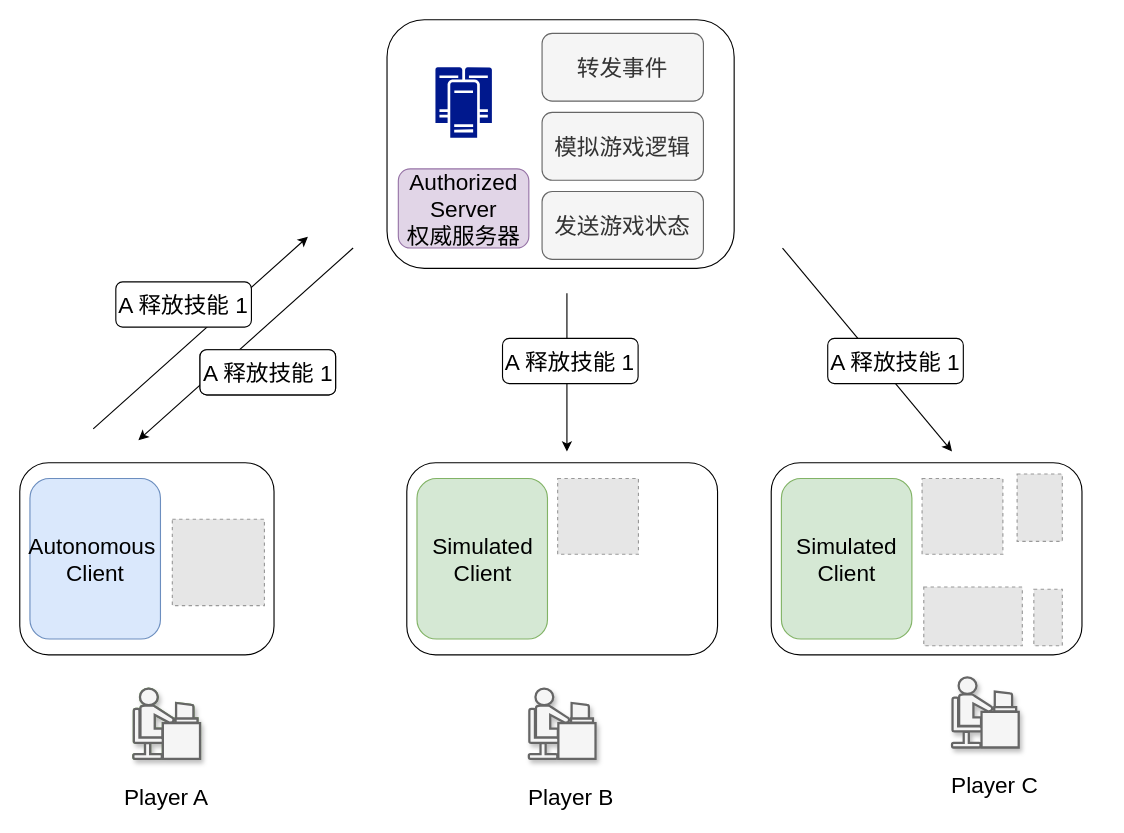
Above: page "第 24 页 的副本 的副本" (27 of 34) of booming/Booming ypwangv4.0 104ppt-17.drawio in yrdimple/flowChart (draw.io), before the change. Source tidied: cells renumbered, new cells numbered last; positions are measured from the earlier drawing's top-left corner, leaving out a move shared by most shapes. Both pictures are drawn from the tidied source at 113%, with x=0, y=0 at pixel (19, 19). Pictures stored in the file or linked from it are replaced by grey dashed boxes.
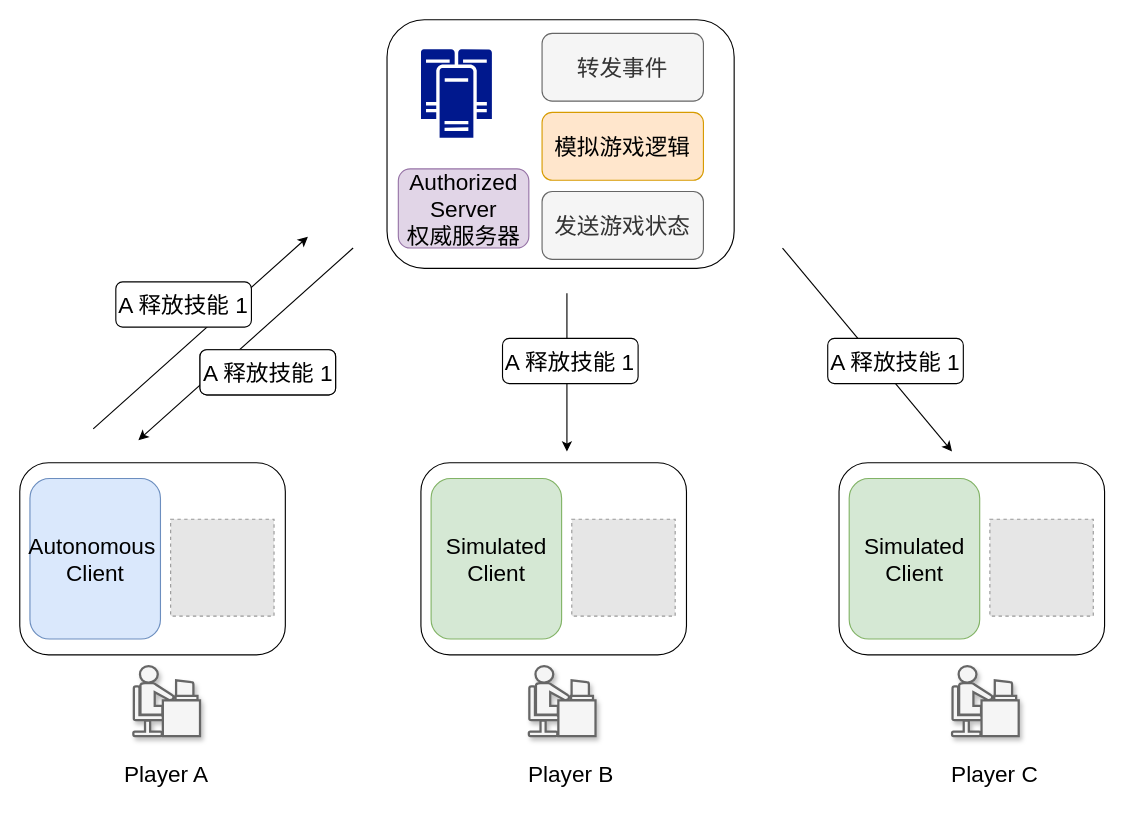
Above is the later version.

What changed in the source:
```diff
@@
-    <mxCell id="3" value="模拟游戏逻辑" style="rounded=1;whiteSpace=wrap;html=1;fontSize=20;fillColor=#f5f5f5;fontColor=#333333;strokeColor=#666666;" parent="1" vertex="1">
+    <mxCell id="3" value="模拟游戏逻辑" style="rounded=1;whiteSpace=wrap;html=1;fontSize=20;fillColor=#ffe6cc;strokeColor=#d79b00;" parent="1" vertex="1">
       <mxGeometry x="462.2" y="82" width="142.8" height="60" as="geometry" />
     </mxCell>
-    <mxCell id="4" style="shape=mxgraph.cisco.people.androgenous_person;html=1;dashed=0;fillColor=#d5e8d4;strokeColor=#82b366;strokeWidth=2;verticalLabelPosition=bottom;verticalAlign=top;align=center;fontSize=15;" parent="1" vertex="1">
-      <mxGeometry x="100.5" y="592" width="59" height="62" as="geometry" />
-    </mxCell>
     <mxCell id="5" style="shape=mxgraph.cisco.people.androgenous_person;html=1;dashed=0;fillColor=#f5f5f5;strokeColor=#666666;strokeWidth=2;verticalLabelPosition=bottom;verticalAlign=top;align=center;fontSize=15;fontColor=#333333;shadow=1;" parent="1" vertex="1">
-      <mxGeometry x="100.5" y="592" width="59" height="62" as="geometry" />
+      <mxGeometry x="100.5" y="572" width="59" height="62" as="geometry" />
     </mxCell>
     <mxCell id="6" style="shape=mxgraph.cisco.people.androgenous_person;html=1;dashed=0;fillColor=#f5f5f5;strokeColor=#666666;strokeWidth=2;verticalLabelPosition=bottom;verticalAlign=top;align=center;fontSize=15;fontColor=#333333;shadow=1;" parent="1" vertex="1">
-      <mxGeometry x="450.5" y="592" width="59" height="62" as="geometry" />
+      <mxGeometry x="450.5" y="572" width="59" height="62" as="geometry" />
     </mxCell>
     <mxCell id="7" style="shape=mxgraph.cisco.people.androgenous_person;html=1;dashed=0;fillColor=#f5f5f5;strokeColor=#666666;strokeWidth=2;verticalLabelPosition=bottom;verticalAlign=top;align=center;fontSize=15;fontColor=#333333;sketch=0;shadow=1;" parent="1" vertex="1">
-      <mxGeometry x="825" y="582" width="59" height="62" as="geometry" />
+      <mxGeometry x="825" y="572" width="59" height="62" as="geometry" />
     </mxCell>
-    <mxCell id="8" style="sketch=0;shadow=0;dashed=0;html=1;strokeColor=none;labelPosition=center;verticalLabelPosition=bottom;verticalAlign=top;align=center;fillColor=#00188D;shape=mxgraph.mscae.enterprise.cluster_server;rounded=0;fontSize=20;" parent="1" vertex="1">
-      <mxGeometry x="367.8" y="42" width="50" height="62.5" as="geometry" />
-    </mxCell>
@@
     <mxCell id="17" value="Player A" style="text;html=1;strokeColor=none;fillColor=none;align=center;verticalAlign=middle;whiteSpace=wrap;rounded=0;fontSize=20;" parent="1" vertex="1">
-      <mxGeometry x="82.2" y="672" width="95.5" height="30" as="geometry" />
+      <mxGeometry x="82.2" y="652" width="95.5" height="30" as="geometry" />
     </mxCell>
     <mxCell id="18" value="Player B" style="text;html=1;strokeColor=none;fillColor=none;align=center;verticalAlign=middle;whiteSpace=wrap;rounded=0;fontSize=20;" parent="1" vertex="1">
-      <mxGeometry x="439.5" y="672" width="95.5" height="30" as="geometry" />
+      <mxGeometry x="439.5" y="652" width="95.5" height="30" as="geometry" />
     </mxCell>
     <mxCell id="19" value="Player C" style="text;html=1;strokeColor=none;fillColor=none;align=center;verticalAlign=middle;whiteSpace=wrap;rounded=0;fontSize=20;" parent="1" vertex="1">
-      <mxGeometry x="815" y="662" width="95.5" height="30" as="geometry" />
+      <mxGeometry x="815" y="652" width="95.5" height="30" as="geometry" />
     </mxCell>
@@
     <mxCell id="22" style="rounded=1;whiteSpace=wrap;html=1;fontSize=20;" parent="1" vertex="1">
-      <mxGeometry y="392" width="225" height="170" as="geometry" />
+      <mxGeometry y="392" width="235" height="170" as="geometry" />
     </mxCell>
@@
     <mxCell id="24" style="fillColor=#E6E6E6;strokeColor=#999999;dashed=1;verticalLabelPosition=bottom;verticalAlign=top;fontSize=20;" parent="1" vertex="1">
-      <mxGeometry x="135" y="442" width="81.5" height="76.4" as="geometry" />
+      <mxGeometry x="133.5" y="442" width="91.5" height="85.7" as="geometry" />
     </mxCell>
-    <mxCell id="25" style="rounded=1;whiteSpace=wrap;html=1;fontSize=20;" parent="1" vertex="1">
-      <mxGeometry x="342.5" y="392" width="275" height="170" as="geometry" />
-    </mxCell>
-    <mxCell id="26" value="Simulated&lt;br&gt;Client" style="rounded=1;whiteSpace=wrap;html=1;fontSize=20;strokeColor=#82b366;fillColor=#d5e8d4;" parent="1" vertex="1">
-      <mxGeometry x="351.5" y="406" width="115.5" height="142" as="geometry" />
-    </mxCell>
-    <mxCell id="27" style="fillColor=#E6E6E6;strokeColor=#999999;dashed=1;verticalLabelPosition=bottom;verticalAlign=top;fontSize=20;" parent="1" vertex="1">
-      <mxGeometry x="476" y="406" width="71.5" height="67" as="geometry" />
-    </mxCell>
-    <mxCell id="28" style="rounded=1;whiteSpace=wrap;html=1;fontSize=20;" parent="1" vertex="1">
-      <mxGeometry x="665" y="392" width="275" height="170" as="geometry" />
-    </mxCell>
-    <mxCell id="29" value="Simulated&lt;br&gt;Client" style="rounded=1;whiteSpace=wrap;html=1;fontSize=20;strokeColor=#82b366;fillColor=#d5e8d4;" parent="1" vertex="1">
-      <mxGeometry x="674" y="406" width="115.5" height="142" as="geometry" />
-    </mxCell>
-    <mxCell id="30" style="fillColor=#E6E6E6;strokeColor=#999999;dashed=1;verticalLabelPosition=bottom;verticalAlign=top;fontSize=20;" parent="1" vertex="1">
-      <mxGeometry x="798.5" y="406" width="71.5" height="67" as="geometry" />
-    </mxCell>
-    <mxCell id="31" style="fillColor=#E6E6E6;strokeColor=#999999;dashed=1;verticalLabelPosition=bottom;verticalAlign=top;fontSize=20;" parent="1" vertex="1">
-      <mxGeometry x="882.6" y="402" width="40" height="59.6" as="geometry" />
-    </mxCell>
-    <mxCell id="32" style="fillColor=#E6E6E6;strokeColor=#999999;dashed=1;verticalLabelPosition=bottom;verticalAlign=top;fontSize=20;" parent="1" vertex="1">
-      <mxGeometry x="800" y="502" width="87.2" height="52" as="geometry" />
-    </mxCell>
-    <mxCell id="33" style="fillColor=#E6E6E6;strokeColor=#999999;dashed=1;verticalLabelPosition=bottom;verticalAlign=top;fontSize=20;" parent="1" vertex="1">
-      <mxGeometry x="897.4" y="504" width="25.2" height="50" as="geometry" />
-    </mxCell>
@@
+    <mxCell id="36" style="rounded=1;whiteSpace=wrap;html=1;fontSize=20;" parent="1" vertex="1">
+      <mxGeometry x="355" y="392" width="235" height="170" as="geometry" />
+    </mxCell>
+    <mxCell id="37" value="Simulated&lt;br&gt;Client" style="rounded=1;whiteSpace=wrap;html=1;fontSize=20;strokeColor=#82b366;fillColor=#d5e8d4;" parent="1" vertex="1">
+      <mxGeometry x="364" y="406" width="115.5" height="142" as="geometry" />
+    </mxCell>
+    <mxCell id="38" style="fillColor=#E6E6E6;strokeColor=#999999;dashed=1;verticalLabelPosition=bottom;verticalAlign=top;fontSize=20;" parent="1" vertex="1">
+      <mxGeometry x="488.5" y="442" width="91.5" height="85.7" as="geometry" />
+    </mxCell>
+    <mxCell id="39" style="rounded=1;whiteSpace=wrap;html=1;fontSize=20;" parent="1" vertex="1">
+      <mxGeometry x="725" y="392" width="235" height="170" as="geometry" />
+    </mxCell>
+    <mxCell id="40" value="Simulated&lt;br&gt;Client" style="rounded=1;whiteSpace=wrap;html=1;fontSize=20;strokeColor=#82b366;fillColor=#d5e8d4;" parent="1" vertex="1">
+      <mxGeometry x="734" y="406" width="115.5" height="142" as="geometry" />
+    </mxCell>
+    <mxCell id="41" style="fillColor=#E6E6E6;strokeColor=#999999;dashed=1;verticalLabelPosition=bottom;verticalAlign=top;fontSize=20;" parent="1" vertex="1">
+      <mxGeometry x="858.5" y="442" width="91.5" height="85.7" as="geometry" />
+    </mxCell>
+    <mxCell id="42" style="sketch=0;shadow=0;dashed=0;html=1;strokeColor=none;labelPosition=center;verticalLabelPosition=bottom;verticalAlign=top;align=center;fillColor=#00188D;shape=mxgraph.mscae.enterprise.cluster_server;rounded=0;fontSize=20;" parent="1" vertex="1">
+      <mxGeometry x="355" y="26.1" width="62.8" height="78.4" as="geometry" />
+    </mxCell>
```
